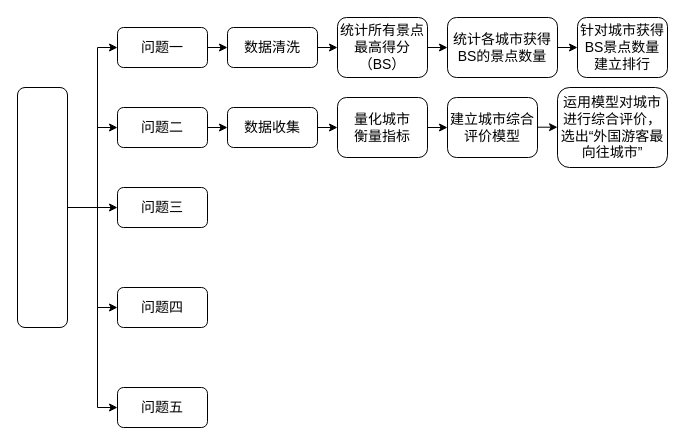
Above: 未命名绘图.drawio in dp0qb/Repo4Drawio (draw.io), before the change. Source tidied: cells renumbered, new cells numbered last; positions are measured from the earlier drawing's top-left corner, leaving out a move shared by most shapes. Both pictures are drawn from the tidied source at 100%, with x=0, y=0 at pixel (17, 17).
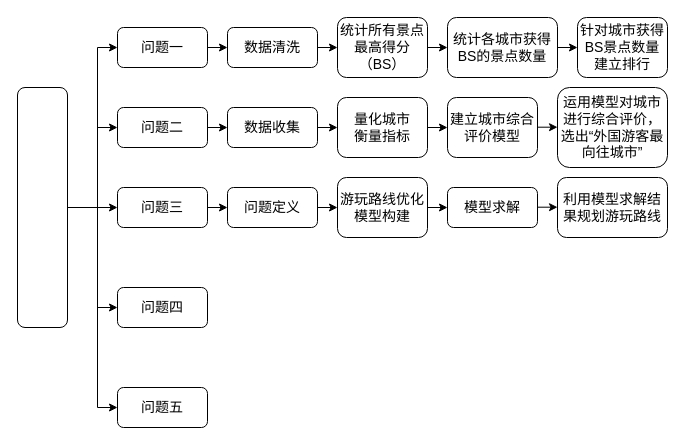
After the change.

Commit message:
更新未命名绘图.drawio

What changed in the source:
```diff
@@
+    <mxCell id="31" style="endArrow=classic;html=1;rounded=0;" parent="1" edge="1">
+      <mxGeometry relative="1" as="geometry">
+        <mxPoint x="190" y="190" as="sourcePoint" />
+        <mxPoint x="210" y="190" as="targetPoint" />
+      </mxGeometry>
+    </mxCell>
+    <mxCell id="32" value="&lt;font style=&quot;font-size: 14px;&quot; face=&quot;宋体&quot;&gt;问题定义&lt;/font&gt;" style="rounded=1;whiteSpace=wrap;html=1;" parent="1" vertex="1">
+      <mxGeometry x="210" y="170" width="90" height="40" as="geometry" />
+    </mxCell>
+    <mxCell id="33" style="endArrow=classic;html=1;rounded=0;" parent="1" edge="1">
+      <mxGeometry relative="1" as="geometry">
+        <mxPoint x="300" y="190" as="sourcePoint" />
+        <mxPoint x="320" y="190" as="targetPoint" />
+      </mxGeometry>
+    </mxCell>
+    <mxCell id="34" value="&lt;font face=&quot;宋体&quot;&gt;&lt;span style=&quot;font-size: 14px;&quot;&gt;游玩路线优化模型构建&lt;/span&gt;&lt;/font&gt;" style="rounded=1;whiteSpace=wrap;html=1;" parent="1" vertex="1">
+      <mxGeometry x="320" y="160" width="90" height="60" as="geometry" />
+    </mxCell>
+    <mxCell id="35" style="endArrow=classic;html=1;rounded=0;" parent="1" edge="1">
+      <mxGeometry relative="1" as="geometry">
+        <mxPoint x="410" y="190" as="sourcePoint" />
+        <mxPoint x="430" y="190" as="targetPoint" />
+      </mxGeometry>
+    </mxCell>
+    <mxCell id="36" value="&lt;font face=&quot;宋体&quot;&gt;&lt;span style=&quot;font-size: 14px;&quot;&gt;模型求解&lt;/span&gt;&lt;/font&gt;" style="rounded=1;whiteSpace=wrap;html=1;" parent="1" vertex="1">
+      <mxGeometry x="430" y="170" width="90" height="40" as="geometry" />
+    </mxCell>
+    <mxCell id="37" style="endArrow=classic;html=1;rounded=0;" parent="1" edge="1">
+      <mxGeometry relative="1" as="geometry">
+        <mxPoint x="520" y="189.7" as="sourcePoint" />
+        <mxPoint x="540" y="189.7" as="targetPoint" />
+      </mxGeometry>
+    </mxCell>
+    <mxCell id="38" value="&lt;font face=&quot;宋体&quot;&gt;&lt;span style=&quot;font-size: 14px;&quot;&gt;利用模型求解结果规划游玩路线&lt;/span&gt;&lt;/font&gt;" style="rounded=1;whiteSpace=wrap;html=1;" parent="1" vertex="1">
+      <mxGeometry x="540" y="160" width="110" height="60" as="geometry" />
+    </mxCell>
```
